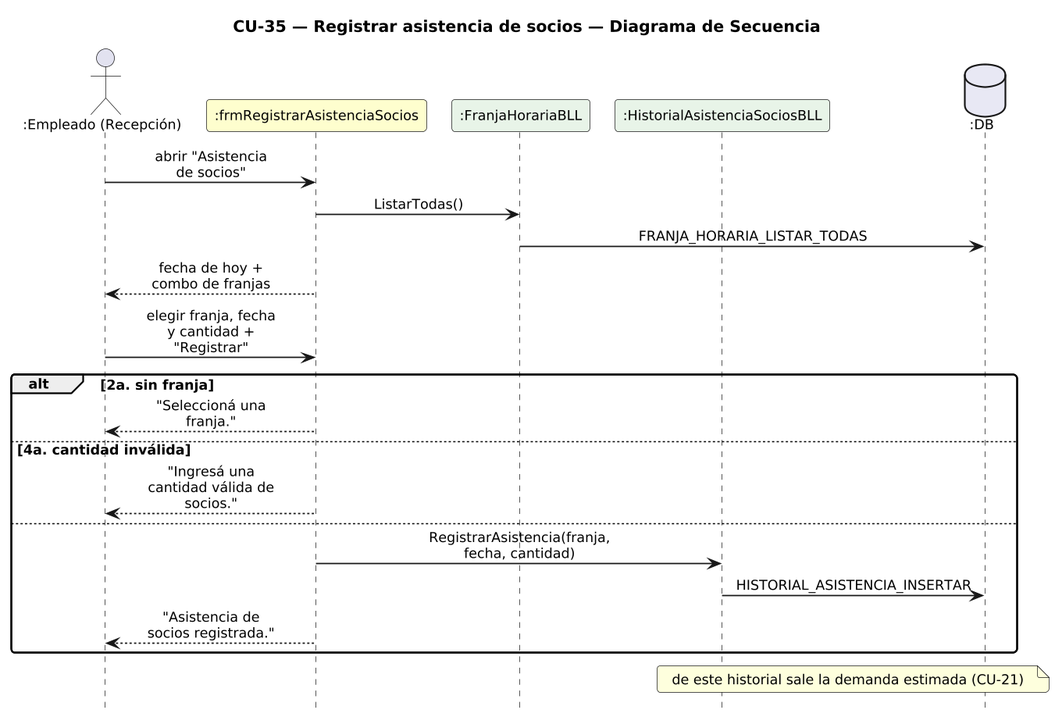
Urrels/ingenieria_software keeps this PlantUML diagram as DIAGRAMAS/DiagramaSecuencia_CU35_RegistrarAsistenciaSocios.png. Above is the earlier version. Its diagram source:
```plantuml
@startuml DiagramaSecuencia_CU35_RegistrarAsistenciaSocios

title CU-35 — Registrar asistencia de socios — Diagrama de Secuencia

skinparam shadowing false
skinparam roundcorner 6
skinparam sequenceArrowThickness 1.2
skinparam ParticipantPadding 6
skinparam BoxPadding 4
skinparam maxMessageSize 115
skinparam sequenceMessageAlign center
skinparam defaultFontSize 12
skinparam dpi 140
hide footbox

actor ":Empleado (Recepción)" as E
participant ":frmRegistrarAsistenciaSocios" as F #FEFECE
participant ":FranjaHorariaBLL" as FB #E8F4E8
participant ":HistorialAsistenciaSociosBLL" as HB #E8F4E8
database ":DB" as DB #E8E8F4

E -> F : abrir "Asistencia de socios"
F -> FB : ListarTodas()
FB -> DB : FRANJA_HORARIA_LISTAR_TODAS
F --> E : fecha de hoy + combo de franjas
E -> F : elegir franja, fecha y cantidad + "Registrar"
alt 2a. sin franja
  F --> E : "Seleccioná una franja."
else 4a. cantidad inválida
  F --> E : "Ingresá una cantidad válida de socios."
else
  F -> HB : RegistrarAsistencia(franja, fecha, cantidad)
  HB -> DB : HISTORIAL_ASISTENCIA_INSERTAR
  F --> E : "Asistencia de socios registrada."
end
note over HB, DB : de este historial sale la demanda estimada (CU-21)

@enduml
```
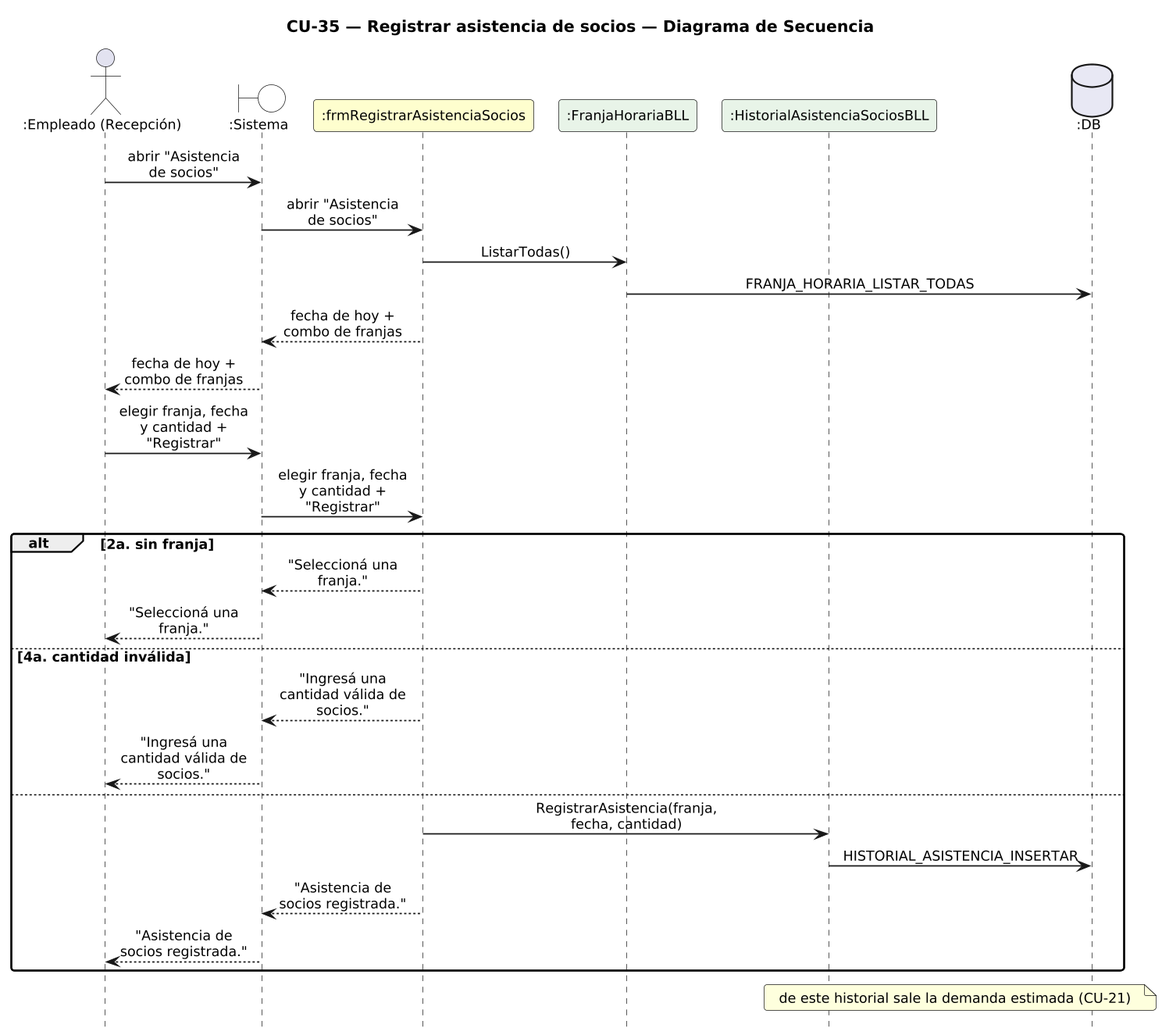
Later version of the same file.

Change to the diagram source:
```diff
@@ -14,24 +14,31 @@
 hide footbox
 
 actor ":Empleado (Recepción)" as E
+boundary ":Sistema" as SYS #FFFFFF
 participant ":frmRegistrarAsistenciaSocios" as F #FEFECE
 participant ":FranjaHorariaBLL" as FB #E8F4E8
 participant ":HistorialAsistenciaSociosBLL" as HB #E8F4E8
 database ":DB" as DB #E8E8F4
 
-E -> F : abrir "Asistencia de socios"
+E -> SYS : abrir "Asistencia de socios"
+SYS -> F : abrir "Asistencia de socios"
 F -> FB : ListarTodas()
 FB -> DB : FRANJA_HORARIA_LISTAR_TODAS
-F --> E : fecha de hoy + combo de franjas
-E -> F : elegir franja, fecha y cantidad + "Registrar"
+F --> SYS : fecha de hoy + combo de franjas
+SYS --> E : fecha de hoy + combo de franjas
+E -> SYS : elegir franja, fecha y cantidad + "Registrar"
+SYS -> F : elegir franja, fecha y cantidad + "Registrar"
 alt 2a. sin franja
-  F --> E : "Seleccioná una franja."
+  F --> SYS : "Seleccioná una franja."
+  SYS --> E : "Seleccioná una franja."
 else 4a. cantidad inválida
-  F --> E : "Ingresá una cantidad válida de socios."
+  F --> SYS : "Ingresá una cantidad válida de socios."
+  SYS --> E : "Ingresá una cantidad válida de socios."
 else
   F -> HB : RegistrarAsistencia(franja, fecha, cantidad)
   HB -> DB : HISTORIAL_ASISTENCIA_INSERTAR
-  F --> E : "Asistencia de socios registrada."
+  F --> SYS : "Asistencia de socios registrada."
+  SYS --> E : "Asistencia de socios registrada."
 end
 note over HB, DB : de este historial sale la demanda estimada (CU-21)
 
```
